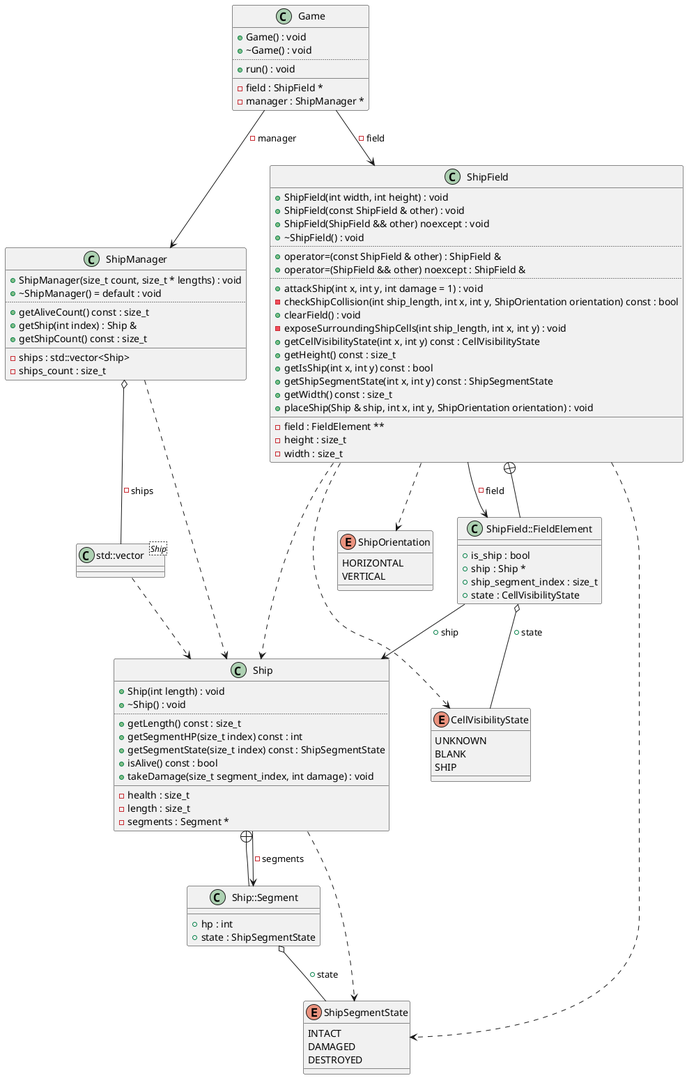
Rennelv/ships keeps this PlantUML diagram as diagrams/main.png. Above is the earlier version.
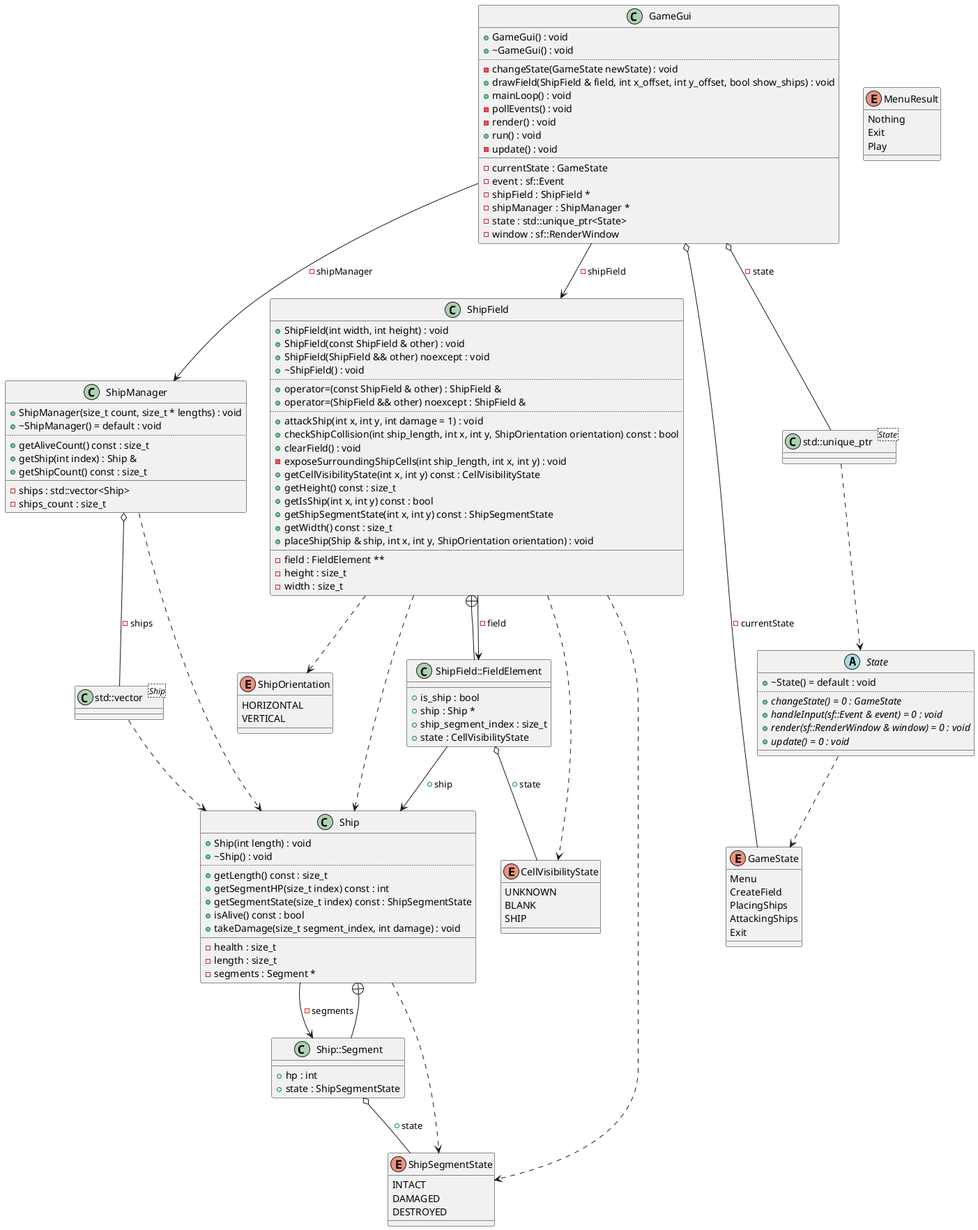
After the commit.

Change to the diagram source:
```diff
@@ -1,6 +1,10 @@
 @startuml
 class "std::vector<Ship>" as C_0010668212532447068380
 class C_0010668212532447068380 {
+__
+}
+class "std::unique_ptr<State>" as C_0003593355595461115184
+class C_0003593355595461115184 {
 __
 }
 enum "ShipSegmentState" as C_0014256742677139282670
@@ -19,6 +23,12 @@
 UNKNOWN
 BLANK
 SHIP
+}
+enum "MenuResult" as C_0000336692914646176741
+enum C_0000336692914646176741 {
+Nothing
+Exit
+Play
 }
 class "Ship" as C_0014529657433315016423
 class C_0014529657433315016423 {
@@ -52,7 +62,7 @@
 +operator=(ShipField && other) noexcept : ShipField &
 ..
 +attackShip(int x, int y, int damage = 1) : void
--checkShipCollision(int ship_length, int x, int y, ShipOrientation orientation) const : bool
++checkShipCollision(int ship_length, int x, int y, ShipOrientation orientation) const : bool
 +clearField() : void
 -exposeSurroundingShipCells(int ship_length, int x, int y) : void
 +getCellVisibilityState(int x, int y) const : CellVisibilityState
@@ -86,17 +96,46 @@
 -ships : std::vector<Ship>
 -ships_count : size_t
 }
-class "Game" as C_0017470460303031448044
-class C_0017470460303031448044 {
-+Game() : void
-+~Game() : void
+enum "GameState" as C_0004356735495323104445
+enum C_0004356735495323104445 {
+Menu
+CreateField
+PlacingShips
+AttackingShips
+Exit
+}
+abstract "State" as C_0001914138303902600425
+abstract C_0001914138303902600425 {
++~State() = default : void
 ..
+{abstract} +changeState() = 0 : GameState
+{abstract} +handleInput(sf::Event & event) = 0 : void
+{abstract} +render(sf::RenderWindow & window) = 0 : void
+{abstract} +update() = 0 : void
+__
+}
+class "GameGui" as C_0007395642151187698177
+class C_0007395642151187698177 {
++GameGui() : void
++~GameGui() : void
+..
+-changeState(GameState newState) : void
++drawField(ShipField & field, int x_offset, int y_offset, bool show_ships) : void
++mainLoop() : void
+-pollEvents() : void
+-render() : void
 +run() : void
+-update() : void
 __
--field : ShipField *
--manager : ShipManager *
+-currentState : GameState
+-event : sf::Event
+-shipField : ShipField *
+-shipManager : ShipManager *
+-state : std::unique_ptr<State>
+-window : sf::RenderWindow
 }
 C_0010668212532447068380 ..> C_0014529657433315016423
+C_0003593355595461115184 ..> C_0001914138303902600425
 C_0014529657433315016423 ..> C_0014256742677139282670
 C_0014529657433315016423 --> C_0000674658759292391449 : -segments
 C_0000674658759292391449 --+ C_0014529657433315016423
@@ -111,7 +150,10 @@
 C_0000316359785794417378 --> C_0014529657433315016423 : +ship
 C_0017499122254539489506 ..> C_0014529657433315016423
 C_0017499122254539489506 o-- C_0010668212532447068380 : -ships
-C_0017470460303031448044 --> C_0003843296779074973901 : -field
-C_0017470460303031448044 --> C_0017499122254539489506 : -manager
+C_0001914138303902600425 ..> C_0004356735495323104445
+C_0007395642151187698177 --> C_0003843296779074973901 : -shipField
+C_0007395642151187698177 --> C_0017499122254539489506 : -shipManager
+C_0007395642151187698177 o-- C_0004356735495323104445 : -currentState
+C_0007395642151187698177 o-- C_0003593355595461115184 : -state
 
 @enduml
```
